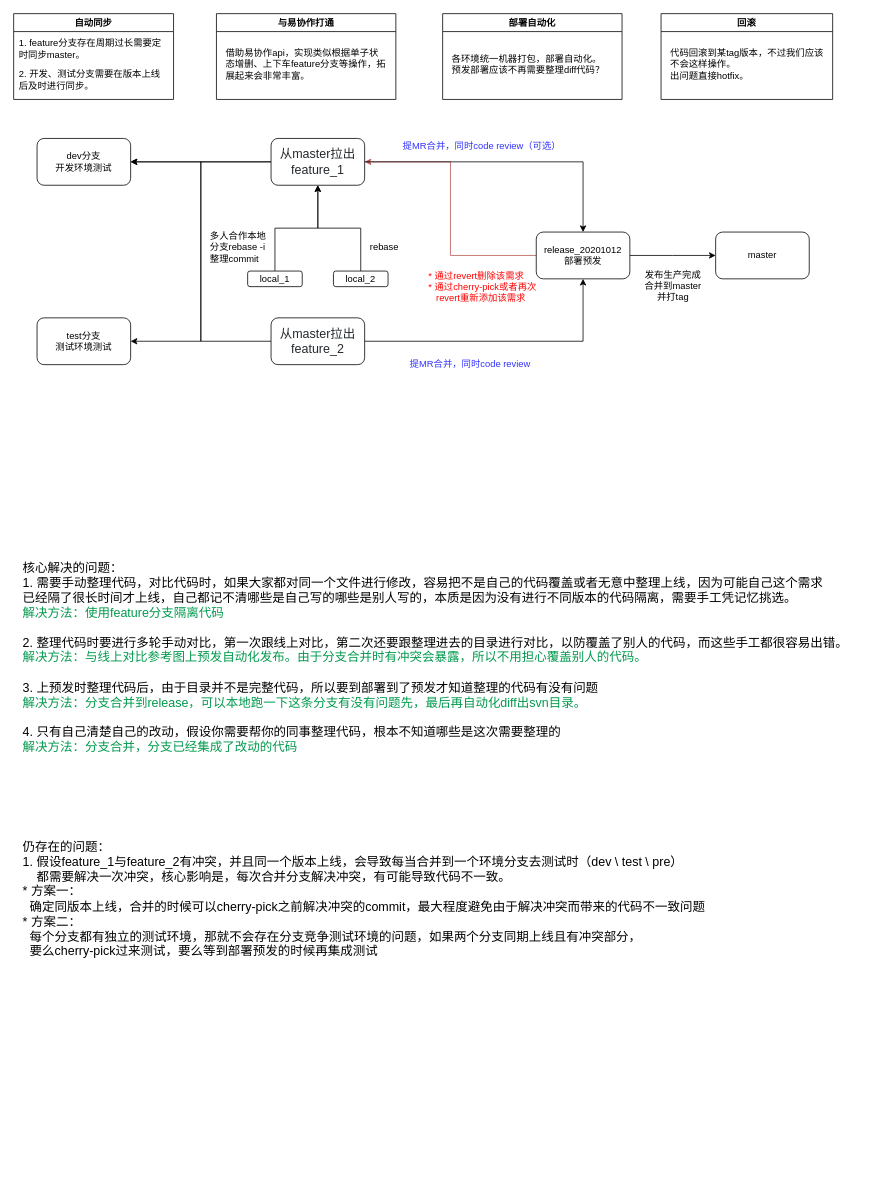
This is flow.drawio from febugcoder/flow, a draw.io file, before an edit. Source tidied: cells renumbered, new cells numbered last; positions are measured from the earlier drawing's top-left corner, leaving out a move shared by most shapes. Both pictures are drawn from the tidied source at 78%, with x=0, y=0 at pixel (13, 13).
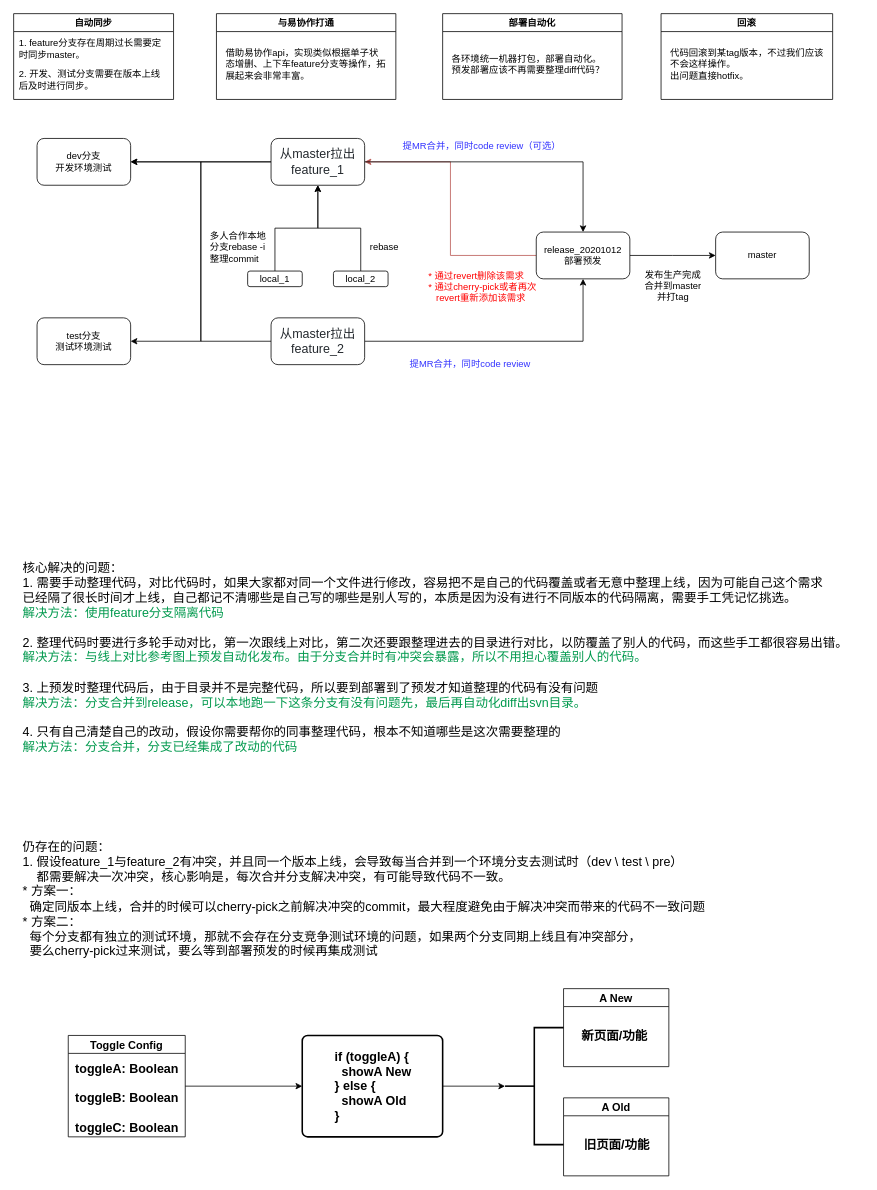
The same page after the edit.

Diff of the diagram source:
```diff
@@
+    <mxCell id="36" value="&lt;blockquote style=&quot;margin: 0 0 0 40px ; border: none ; padding: 0px&quot;&gt;&lt;/blockquote&gt;&lt;blockquote style=&quot;margin: 0px 0px 0px 40px ; border: none ; padding: 0px ; font-size: 16px&quot;&gt;&lt;b&gt;if (toggleA) {&lt;br&gt;&lt;/b&gt;&lt;b&gt;&amp;nbsp; showA New&lt;br&gt;&lt;/b&gt;&lt;b&gt;} else {&lt;br&gt;&lt;/b&gt;&lt;b&gt;&amp;nbsp; showA Old&lt;br&gt;&lt;/b&gt;&lt;font style=&quot;font-size: 16px&quot;&gt;&lt;b&gt;}&lt;/b&gt;&lt;/font&gt;&lt;/blockquote&gt;&lt;blockquote style=&quot;margin: 0 0 0 40px ; border: none ; padding: 0px&quot;&gt;&lt;/blockquote&gt;&lt;blockquote style=&quot;margin: 0 0 0 40px ; border: none ; padding: 0px&quot;&gt;&lt;/blockquote&gt;&lt;blockquote style=&quot;margin: 0 0 0 40px ; border: none ; padding: 0px&quot;&gt;&lt;/blockquote&gt;" style="rounded=1;whiteSpace=wrap;html=1;absoluteArcSize=1;arcSize=14;strokeWidth=2;align=left;" parent="1" vertex="1">
+      <mxGeometry x="370" y="1310" width="180" height="130" as="geometry" />
+    </mxCell>
+    <mxCell id="37" style="strokeWidth=2;html=1;shape=mxgraph.flowchart.annotation_2;align=left;labelPosition=right;" parent="1" vertex="1">
+      <mxGeometry x="630" y="1300" width="75" height="150" as="geometry" />
+    </mxCell>
+    <mxCell id="38" style="edgeStyle=orthogonalEdgeStyle;rounded=0;jettySize=auto;html=1;" parent="1" edge="1" source="36" target="37">
+      <mxGeometry relative="1" as="geometry" />
+    </mxCell>
+    <mxCell id="39" value="A New" style="swimlane;fontSize=14;startSize=23;" parent="1" vertex="1">
+      <mxGeometry x="705" y="1250" width="135" height="100" as="geometry" />
+    </mxCell>
+    <mxCell id="40" value="&lt;span style=&quot;font-weight: 700&quot;&gt;&lt;font style=&quot;font-size: 16px&quot;&gt;新页面/功能&lt;/font&gt;&lt;/span&gt;" style="text;html=1;align=center;verticalAlign=middle;" parent="39" vertex="1">
+      <mxGeometry x="15" y="50" width="100" height="20" as="geometry" />
+    </mxCell>
+    <mxCell id="41" value="A Old" style="swimlane;fontSize=14;startSize=23;" parent="1" vertex="1">
+      <mxGeometry x="705" y="1390" width="135" height="100" as="geometry" />
+    </mxCell>
+    <mxCell id="42" value="&lt;span style=&quot;font-weight: 700&quot;&gt;&lt;font style=&quot;font-size: 16px&quot;&gt;旧页面/功能&lt;/font&gt;&lt;/span&gt;" style="text;html=1;align=center;verticalAlign=middle;" parent="41" vertex="1">
+      <mxGeometry x="17.5" y="50" width="100" height="20" as="geometry" />
+    </mxCell>
+    <mxCell id="43" style="edgeStyle=orthogonalEdgeStyle;rounded=0;jettySize=auto;html=1;entryX=0;entryY=0.5;entryDx=0;entryDy=0;fontSize=16;" parent="1" edge="1" source="44" target="36">
+      <mxGeometry relative="1" as="geometry" />
+    </mxCell>
+    <mxCell id="44" value="Toggle Config" style="swimlane;fontSize=14;startSize=23;" parent="1" vertex="1">
+      <mxGeometry x="70" y="1310" width="150" height="130" as="geometry" />
+    </mxCell>
+    <mxCell id="45" value="&lt;span style=&quot;font-size: 16px ; font-weight: 700 ; text-align: left&quot;&gt;toggleA: Boolean&lt;br&gt;&lt;br&gt;&lt;/span&gt;&lt;span style=&quot;font-size: 16px ; font-weight: 700 ; text-align: left&quot;&gt;toggleB: Boolean&lt;br&gt;&lt;/span&gt;&lt;span style=&quot;font-size: 16px ; font-weight: 700 ; text-align: left&quot;&gt;&lt;br&gt;&lt;/span&gt;&lt;span style=&quot;font-size: 16px ; font-weight: 700 ; text-align: left&quot;&gt;toggleC: Boolean&lt;/span&gt;&lt;span style=&quot;font-size: 16px ; font-weight: 700 ; text-align: left&quot;&gt;&lt;br&gt;&lt;/span&gt;" style="text;html=1;align=center;verticalAlign=middle;" parent="44" vertex="1">
+      <mxGeometry y="40" width="150" height="80" as="geometry" />
+    </mxCell>
```
